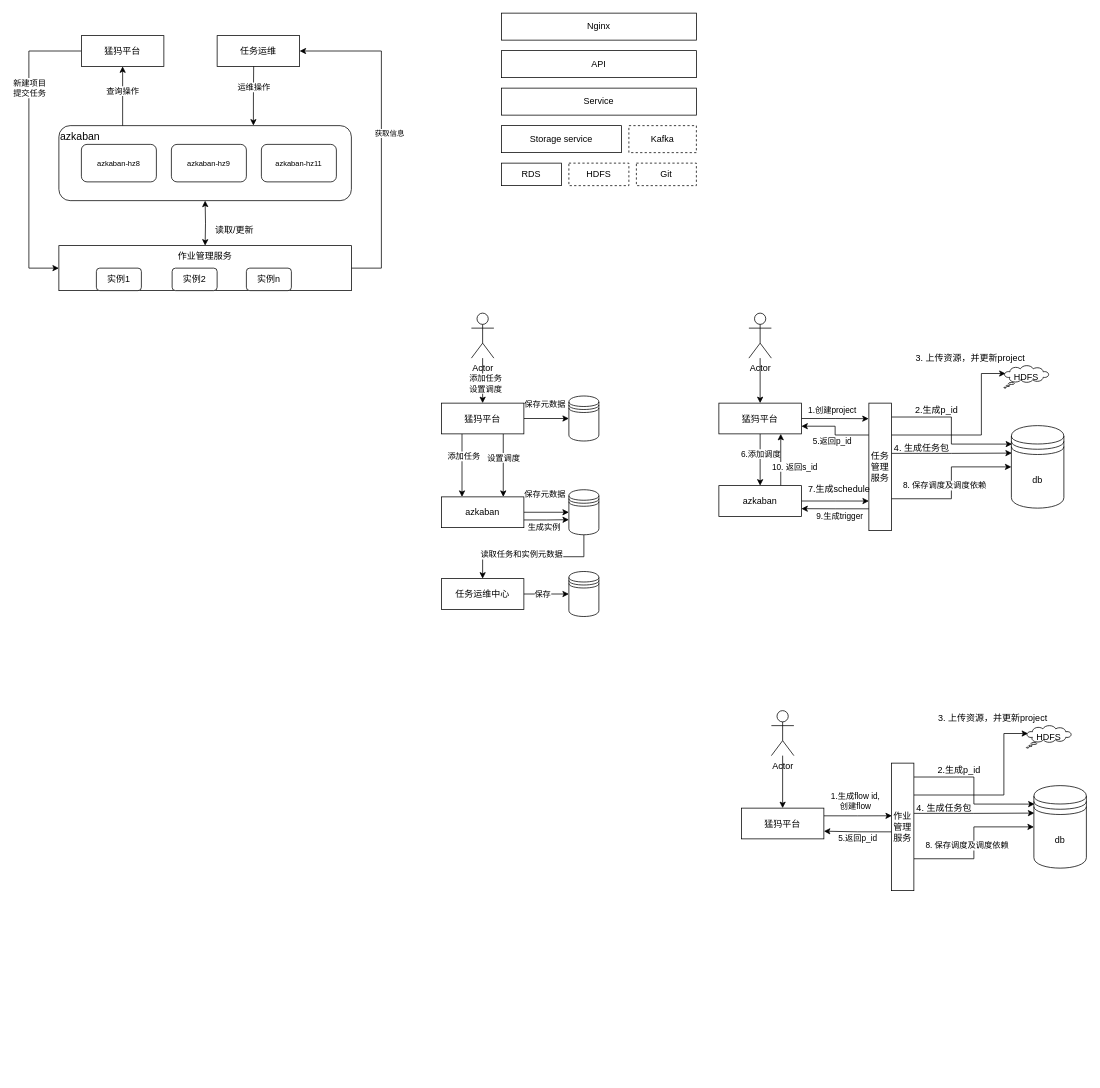
Above: jobmanager.drawio in blackberrier/drawiorepo (draw.io), before the change. Source tidied: cells renumbered, new cells numbered last; positions are measured from the earlier drawing's top-left corner, leaving out a move shared by most shapes. Both pictures are drawn from the tidied source at 75%, with x=0, y=0 at pixel (28, 13).
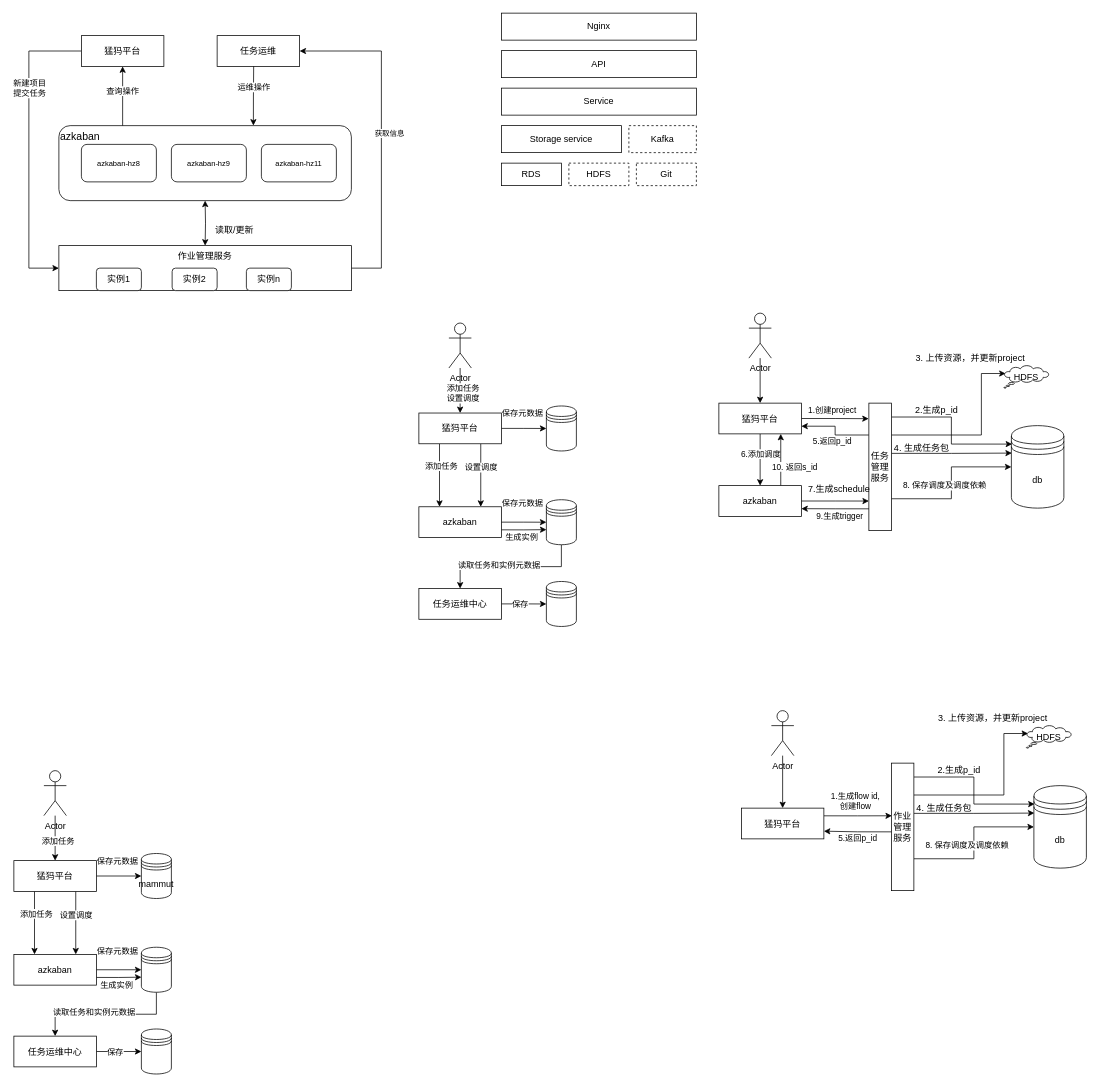
The same diagram, later.

Unchanged cells that the change refers to:
```xml
<mxCell id="50" style="edgeStyle=orthogonalEdgeStyle;rounded=0;jettySize=auto;html=1;" parent="1" edge="1" source="52" target="36">
  <mxGeometry relative="1" as="geometry" />
</mxCell>
```

What changed in the source:
```diff
@@
     <mxCell id="36" value="猛犸平台" style="rounded=0;whiteSpace=wrap;html=1;" parent="1" vertex="1">
-      <mxGeometry x="550" y="520" width="110" height="41" as="geometry" />
+      <mxGeometry x="-20" y="1130" width="110" height="41" as="geometry" />
     </mxCell>
@@
     <mxCell id="41" value="azkaban" style="rounded=0;whiteSpace=wrap;html=1;" parent="1" vertex="1">
-      <mxGeometry x="550" y="645" width="110" height="41" as="geometry" />
+      <mxGeometry x="-20" y="1255" width="110" height="41" as="geometry" />
     </mxCell>
-    <mxCell id="42" style="shape=datastore;whiteSpace=wrap;html=1;" parent="1" vertex="1">
-      <mxGeometry x="720" y="510.5" width="40" height="60" as="geometry" />
+    <mxCell id="42" value="mammut" style="shape=datastore;whiteSpace=wrap;html=1;" parent="1" vertex="1">
+      <mxGeometry x="150" y="1120.5" width="40" height="60" as="geometry" />
     </mxCell>
@@
     <mxCell id="45" value="任务运维中心" style="rounded=0;whiteSpace=wrap;html=1;" parent="1" vertex="1">
-      <mxGeometry x="550" y="754" width="110" height="41" as="geometry" />
+      <mxGeometry x="-20" y="1364" width="110" height="41" as="geometry" />
     </mxCell>
@@
     <mxCell id="48" style="shape=datastore;whiteSpace=wrap;html=1;" parent="1" vertex="1">
-      <mxGeometry x="720" y="635.5" width="40" height="60" as="geometry" />
+      <mxGeometry x="150" y="1245.5" width="40" height="60" as="geometry" />
     </mxCell>
     <mxCell id="49" style="shape=datastore;whiteSpace=wrap;html=1;" parent="1" vertex="1">
-      <mxGeometry x="720" y="744.5" width="40" height="60" as="geometry" />
+      <mxGeometry x="150" y="1354.5" width="40" height="60" as="geometry" />
     </mxCell>
@@
-    <mxCell id="51" value="添加任务&lt;br&gt;设置调度" style="edgeLabel;html=1;align=center;verticalAlign=middle;" parent="50" vertex="1">
+    <mxCell id="51" value="添加任务" style="edgeLabel;html=1;align=center;verticalAlign=middle;" parent="50" vertex="1">
       <mxGeometry x="0.09" y="3" relative="1" as="geometry" />
     </mxCell>
     <mxCell id="52" value="Actor" style="shape=umlActor;verticalLabelPosition=bottom;verticalAlign=top;html=1;" parent="1" vertex="1">
-      <mxGeometry x="590" y="400" width="30" height="60" as="geometry" />
+      <mxGeometry x="20" y="1010" width="30" height="60" as="geometry" />
     </mxCell>
@@
+    <mxCell id="98" style="edgeStyle=orthogonalEdgeStyle;rounded=0;jettySize=auto;html=1;exitX=1;exitY=0.5;exitDx=0;exitDy=0;" parent="1" edge="1" source="104" target="110">
+      <mxGeometry relative="1" as="geometry" />
+    </mxCell>
+    <mxCell id="99" value="保存元数据" style="edgeLabel;html=1;align=center;verticalAlign=middle;" parent="98" vertex="1">
+      <mxGeometry x="-0.39" y="1" relative="1" as="geometry">
+        <mxPoint x="9" y="-19" as="offset" />
+      </mxGeometry>
+    </mxCell>
+    <mxCell id="100" style="edgeStyle=orthogonalEdgeStyle;rounded=0;jettySize=auto;html=1;exitX=0.25;exitY=1;exitDx=0;exitDy=0;entryX=0.25;entryY=0;entryDx=0;entryDy=0;" parent="1" edge="1" source="104" target="109">
+      <mxGeometry relative="1" as="geometry" />
+    </mxCell>
+    <mxCell id="101" value="添加任务" style="edgeLabel;html=1;align=center;verticalAlign=middle;" parent="100" vertex="1">
+      <mxGeometry x="-0.31" y="2" relative="1" as="geometry" />
+    </mxCell>
+    <mxCell id="102" style="edgeStyle=orthogonalEdgeStyle;rounded=0;jettySize=auto;html=1;exitX=0.75;exitY=1;exitDx=0;exitDy=0;entryX=0.75;entryY=0;entryDx=0;entryDy=0;" parent="1" edge="1" source="104" target="109">
+      <mxGeometry relative="1" as="geometry" />
+    </mxCell>
+    <mxCell id="103" value="设置调度" style="edgeLabel;html=1;align=center;verticalAlign=middle;" parent="102" vertex="1">
+      <mxGeometry x="-0.26" relative="1" as="geometry" />
+    </mxCell>
+    <mxCell id="104" value="猛犸平台" style="rounded=0;whiteSpace=wrap;html=1;" parent="1" vertex="1">
+      <mxGeometry x="520" y="533.2" width="110" height="41" as="geometry" />
+    </mxCell>
+    <mxCell id="105" style="edgeStyle=orthogonalEdgeStyle;rounded=0;jettySize=auto;html=1;exitX=1;exitY=0.5;exitDx=0;exitDy=0;entryX=0;entryY=0.5;entryDx=0;entryDy=0;" parent="1" edge="1" source="109" target="116">
+      <mxGeometry relative="1" as="geometry" />
+    </mxCell>
+    <mxCell id="106" value="保存元数据" style="edgeLabel;html=1;align=center;verticalAlign=middle;" parent="105" vertex="1">
+      <mxGeometry x="-0.34" y="-2" relative="1" as="geometry">
+        <mxPoint x="7" y="-27" as="offset" />
+      </mxGeometry>
+    </mxCell>
+    <mxCell id="107" style="edgeStyle=orthogonalEdgeStyle;rounded=0;jettySize=auto;html=1;exitX=1;exitY=0.75;exitDx=0;exitDy=0;entryX=0.002;entryY=0.665;entryDx=0;entryDy=0;entryPerimeter=0;" parent="1" edge="1" source="109" target="116">
+      <mxGeometry relative="1" as="geometry" />
+    </mxCell>
+    <mxCell id="108" value="生成实例" style="edgeLabel;html=1;align=center;verticalAlign=middle;" parent="107" vertex="1">
+      <mxGeometry x="-0.3" relative="1" as="geometry">
+        <mxPoint x="6" y="10" as="offset" />
+      </mxGeometry>
+    </mxCell>
+    <mxCell id="109" value="azkaban" style="rounded=0;whiteSpace=wrap;html=1;" parent="1" vertex="1">
+      <mxGeometry x="520" y="658.2" width="110" height="41" as="geometry" />
+    </mxCell>
+    <mxCell id="110" style="shape=datastore;whiteSpace=wrap;html=1;" parent="1" vertex="1">
+      <mxGeometry x="690" y="523.8" width="40" height="60" as="geometry" />
+    </mxCell>
+    <mxCell id="111" style="edgeStyle=orthogonalEdgeStyle;rounded=0;jettySize=auto;html=1;exitX=1;exitY=0.5;exitDx=0;exitDy=0;" parent="1" edge="1" source="113" target="117">
+      <mxGeometry relative="1" as="geometry" />
+    </mxCell>
+    <mxCell id="112" value="保存" style="edgeLabel;html=1;align=center;verticalAlign=middle;" parent="111" vertex="1">
+      <mxGeometry x="-0.19" relative="1" as="geometry" />
+    </mxCell>
+    <mxCell id="113" value="任务运维中心" style="rounded=0;whiteSpace=wrap;html=1;" parent="1" vertex="1">
+      <mxGeometry x="520" y="767.2" width="110" height="41" as="geometry" />
+    </mxCell>
+    <mxCell id="114" style="edgeStyle=orthogonalEdgeStyle;rounded=0;jettySize=auto;html=1;exitX=0.5;exitY=1;exitDx=0;exitDy=0;entryX=0.5;entryY=0;entryDx=0;entryDy=0;" parent="1" edge="1" source="116" target="113">
+      <mxGeometry relative="1" as="geometry" />
+    </mxCell>
+    <mxCell id="115" value="读取任务和实例元数据" style="edgeLabel;html=1;align=center;verticalAlign=middle;" parent="114" vertex="1">
+      <mxGeometry x="0.17" y="-3" relative="1" as="geometry" />
+    </mxCell>
+    <mxCell id="116" style="shape=datastore;whiteSpace=wrap;html=1;" parent="1" vertex="1">
+      <mxGeometry x="690" y="648.8" width="40" height="60" as="geometry" />
+    </mxCell>
+    <mxCell id="117" style="shape=datastore;whiteSpace=wrap;html=1;" parent="1" vertex="1">
+      <mxGeometry x="690" y="757.8" width="40" height="60" as="geometry" />
+    </mxCell>
+    <mxCell id="118" style="edgeStyle=orthogonalEdgeStyle;rounded=0;jettySize=auto;html=1;" parent="1" edge="1" source="120" target="104">
+      <mxGeometry relative="1" as="geometry" />
+    </mxCell>
+    <mxCell id="119" value="添加任务&lt;br&gt;设置调度" style="edgeLabel;html=1;align=center;verticalAlign=middle;" parent="118" vertex="1">
+      <mxGeometry x="0.09" y="3" relative="1" as="geometry" />
+    </mxCell>
+    <mxCell id="120" value="Actor" style="shape=umlActor;verticalLabelPosition=bottom;verticalAlign=top;html=1;" parent="1" vertex="1">
+      <mxGeometry x="560" y="413.2" width="30" height="60" as="geometry" />
+    </mxCell>
```
